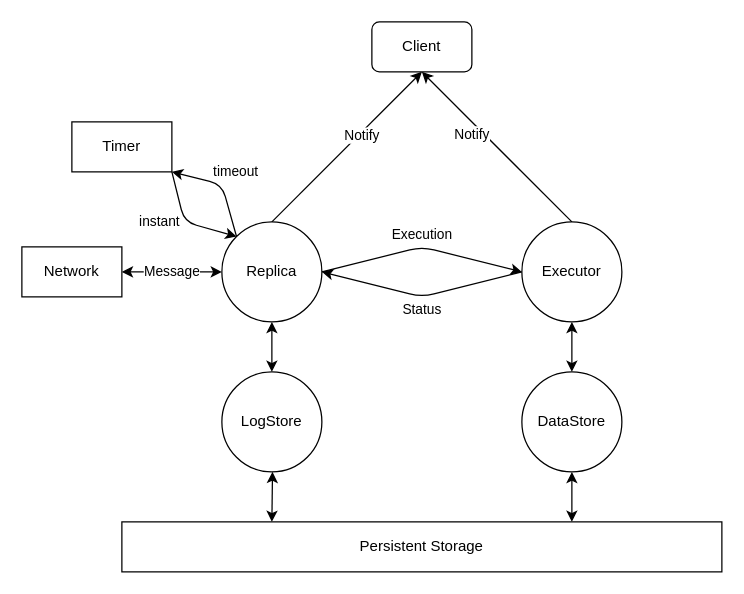
Before: docs/architecture/architecture.drawio in Nugine/epkv, a draw.io diagram. Source tidied: cells renumbered, new cells numbered last; positions are measured from the earlier drawing's top-left corner, leaving out a move shared by most shapes. Both pictures are drawn from the tidied source at 125%, with x=0, y=0 at pixel (21, 21).
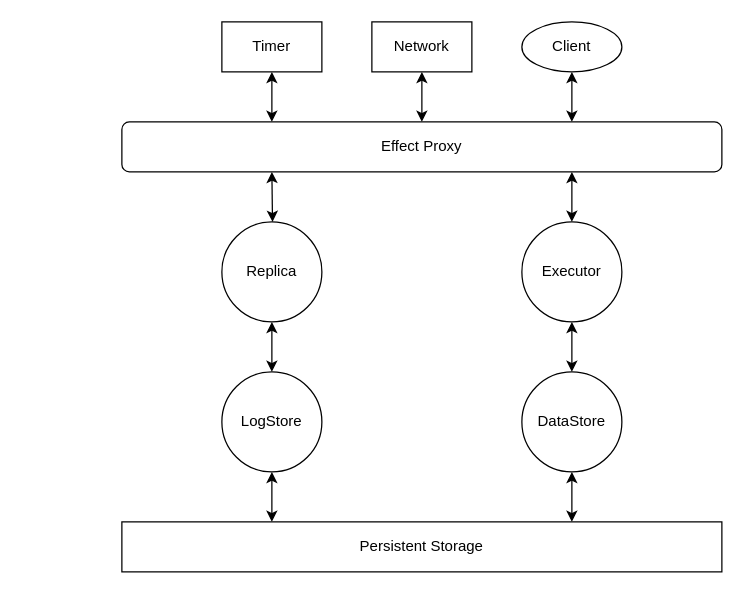
The same page after the edit.

The change refers to these unchanged cells:
```xml
<mxCell id="2" value="Persistent Storage" style="rounded=0;whiteSpace=wrap;html=1;" parent="1" vertex="1">
  <mxGeometry x="80" y="400" width="480" height="40" as="geometry" />
</mxCell>
<mxCell id="4" value="LogStore" style="ellipse;whiteSpace=wrap;html=1;" parent="1" vertex="1">
  <mxGeometry x="160" y="280" width="80" height="80" as="geometry" />
</mxCell>
<mxCell id="12" value="Replica" style="ellipse;whiteSpace=wrap;html=1;" parent="1" vertex="1">
  <mxGeometry x="160" y="160" width="80" height="80" as="geometry" />
</mxCell>
<mxCell id="16" value="Executor" style="ellipse;whiteSpace=wrap;html=1;" parent="1" vertex="1">
  <mxGeometry x="400" y="160" width="80" height="80" as="geometry" />
</mxCell>
```

Change to the diagram source:
```diff
@@
-    <mxCell id="3" style="edgeStyle=none;html=1;entryX=0.25;entryY=0;entryDx=0;entryDy=0;startArrow=classic;startFill=1;" parent="1" edge="1" source="4" target="2">
+    <mxCell id="3" style="edgeStyle=none;html=1;exitX=0.5;exitY=1;exitDx=0;exitDy=0;entryX=0.25;entryY=0;entryDx=0;entryDy=0;startArrow=classic;startFill=1;" parent="1" edge="1" source="4" target="2">
       <mxGeometry relative="1" as="geometry" />
     </mxCell>
@@
-    <mxCell id="8" value="Notify" style="edgeStyle=none;html=1;startArrow=none;startFill=0;exitX=0.5;exitY=0;exitDx=0;exitDy=0;entryX=0.5;entryY=1;entryDx=0;entryDy=0;" parent="1" edge="1" source="12" target="18">
-      <mxGeometry x="0.18" y="-2" relative="1" as="geometry" />
+    <mxCell id="8" style="edgeStyle=none;html=1;entryX=0.25;entryY=1;entryDx=0;entryDy=0;startArrow=classic;startFill=1;" parent="1" edge="1" source="12" target="18">
+      <mxGeometry relative="1" as="geometry" />
     </mxCell>
-    <mxCell id="9" value="Execution" style="edgeStyle=none;html=1;exitX=1;exitY=0.5;exitDx=0;exitDy=0;startArrow=none;startFill=0;entryX=0;entryY=0.5;entryDx=0;entryDy=0;" parent="1" edge="1" source="12" target="16">
-      <mxGeometry y="10" relative="1" as="geometry">
-        <Array as="points">
-          <mxPoint x="320" y="180" />
-        </Array>
-        <mxPoint x="-2" as="offset" />
-      </mxGeometry>
-    </mxCell>
-    <mxCell id="10" value="Message" style="edgeStyle=none;html=1;exitX=0;exitY=0.5;exitDx=0;exitDy=0;entryX=1;entryY=0.5;entryDx=0;entryDy=0;startArrow=classic;startFill=1;" parent="1" edge="1" source="12" target="19">
-      <mxGeometry relative="1" as="geometry" />
-    </mxCell>
-    <mxCell id="11" value="timeout" style="edgeStyle=none;html=1;exitX=0;exitY=0;exitDx=0;exitDy=0;entryX=1;entryY=1;entryDx=0;entryDy=0;" parent="1" edge="1" source="12" target="20">
-      <mxGeometry x="0.02" y="-14" relative="1" as="geometry">
-        <Array as="points">
-          <mxPoint x="160" y="130" />
-        </Array>
-        <mxPoint x="7" y="4" as="offset" />
-      </mxGeometry>
-    </mxCell>
@@
-    <mxCell id="14" value="Notify" style="edgeStyle=none;html=1;startArrow=none;startFill=0;exitX=0.5;exitY=0;exitDx=0;exitDy=0;entryX=0.5;entryY=1;entryDx=0;entryDy=0;" parent="1" edge="1" source="16" target="18">
-      <mxGeometry x="0.25" y="7" relative="1" as="geometry" />
+    <mxCell id="14" style="edgeStyle=none;html=1;exitX=0.5;exitY=0;exitDx=0;exitDy=0;entryX=0.75;entryY=1;entryDx=0;entryDy=0;startArrow=classic;startFill=1;" parent="1" edge="1" source="16" target="18">
+      <mxGeometry relative="1" as="geometry" />
     </mxCell>
-    <mxCell id="15" value="Status" style="edgeStyle=none;html=1;exitX=0;exitY=0.5;exitDx=0;exitDy=0;entryX=1;entryY=0.5;entryDx=0;entryDy=0;startArrow=none;startFill=0;" parent="1" edge="1" source="16" target="12">
-      <mxGeometry y="10" relative="1" as="geometry">
-        <Array as="points">
-          <mxPoint x="320" y="220" />
-        </Array>
-        <mxPoint x="2" as="offset" />
-      </mxGeometry>
-    </mxCell>
@@
-    <mxCell id="17" value="instant" style="edgeStyle=none;html=1;startArrow=none;startFill=0;entryX=0;entryY=0;entryDx=0;entryDy=0;exitX=1;exitY=1;exitDx=0;exitDy=0;" parent="1" edge="1" source="20" target="12">
-      <mxGeometry x="-0.14" y="-19" relative="1" as="geometry">
-        <Array as="points">
-          <mxPoint x="130" y="160" />
-        </Array>
-      </mxGeometry>
-    </mxCell>
+    <mxCell id="21" style="edgeStyle=none;html=1;entryX=0.5;entryY=1;entryDx=0;entryDy=0;startArrow=classic;startFill=1;" parent="1" edge="1" source="18" target="19">
+      <mxGeometry relative="1" as="geometry" />
+    </mxCell>
-    <mxCell id="18" value="Client" style="rounded=1;whiteSpace=wrap;html=1;" parent="1" vertex="1">
-      <mxGeometry x="280" width="80" height="40" as="geometry" />
+    <mxCell id="18" value="Effect Proxy" style="rounded=1;whiteSpace=wrap;html=1;" parent="1" vertex="1">
+      <mxGeometry x="80" y="80" width="480" height="40" as="geometry" />
     </mxCell>
     <mxCell id="19" value="Network" style="rounded=0;whiteSpace=wrap;html=1;" parent="1" vertex="1">
-      <mxGeometry y="180" width="80" height="40" as="geometry" />
+      <mxGeometry x="280" width="80" height="40" as="geometry" />
     </mxCell>
+    <mxCell id="22" style="edgeStyle=none;html=1;entryX=0.25;entryY=0;entryDx=0;entryDy=0;startArrow=classic;startFill=1;" parent="1" edge="1" source="20" target="18">
+      <mxGeometry relative="1" as="geometry" />
+    </mxCell>
     <mxCell id="20" value="Timer" style="rounded=0;whiteSpace=wrap;html=1;" parent="1" vertex="1">
-      <mxGeometry x="40" y="80" width="80" height="40" as="geometry" />
+      <mxGeometry x="160" width="80" height="40" as="geometry" />
     </mxCell>
+    <mxCell id="23" style="edgeStyle=none;html=1;entryX=0.75;entryY=0;entryDx=0;entryDy=0;startArrow=classic;startFill=1;" parent="1" edge="1" target="18">
+      <mxGeometry relative="1" as="geometry">
+        <mxPoint x="440" y="40" as="sourcePoint" />
+      </mxGeometry>
+    </mxCell>
+    <mxCell id="24" value="Client" style="ellipse;whiteSpace=wrap;html=1;" parent="1" vertex="1">
+      <mxGeometry x="400" width="80" height="40" as="geometry" />
+    </mxCell>
```
